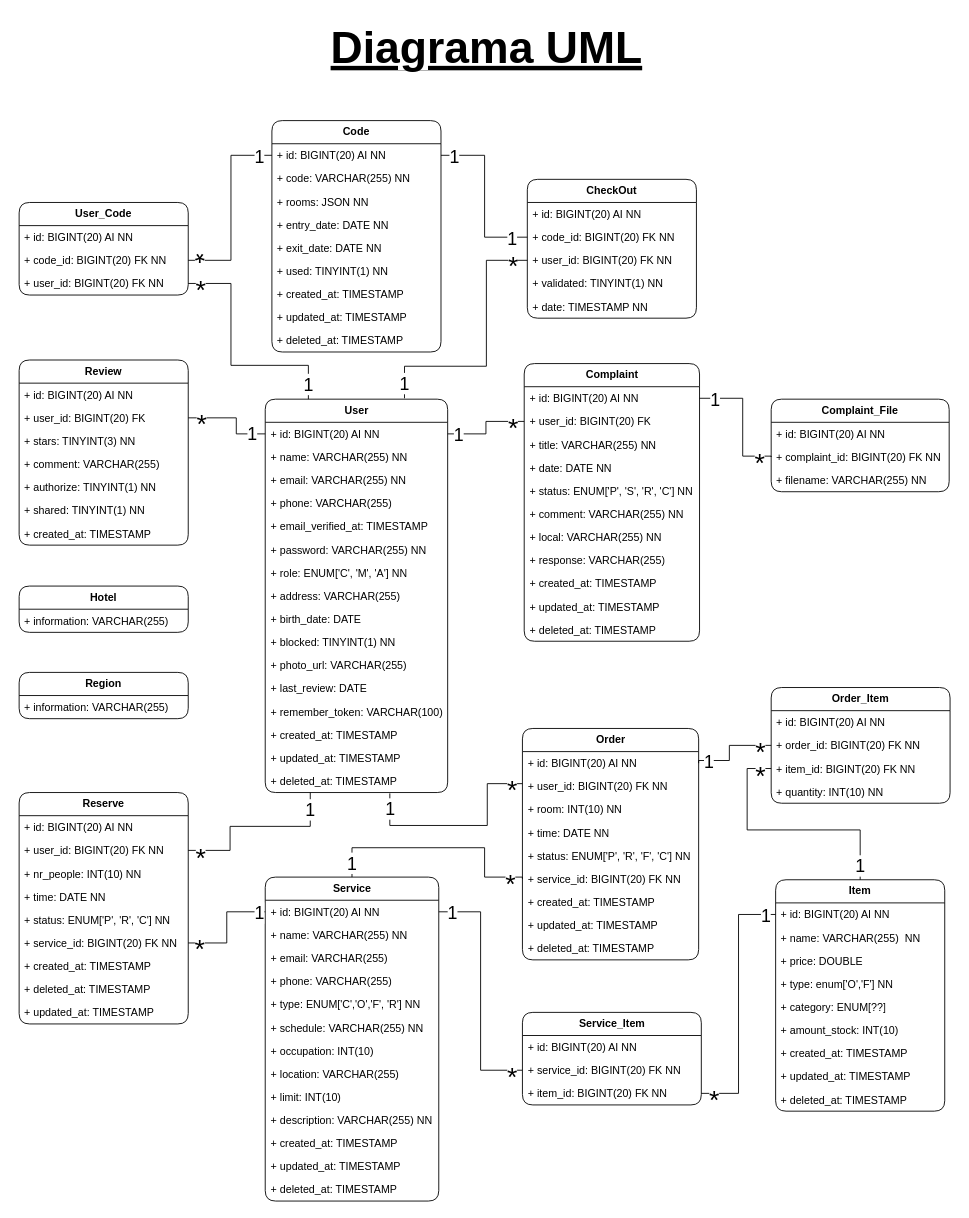
This is page "Diagrama UML" (1 of 2) of HappyGuest.drawio from Happy-Guest/HG-Notes, a draw.io file, before an edit. Source tidied: cells renumbered, new cells numbered last; positions are measured from the earlier drawing's top-left corner, leaving out a move shared by most shapes. Both pictures are drawn from the tidied source at 89%, with x=0, y=0 at pixel (19, 15).
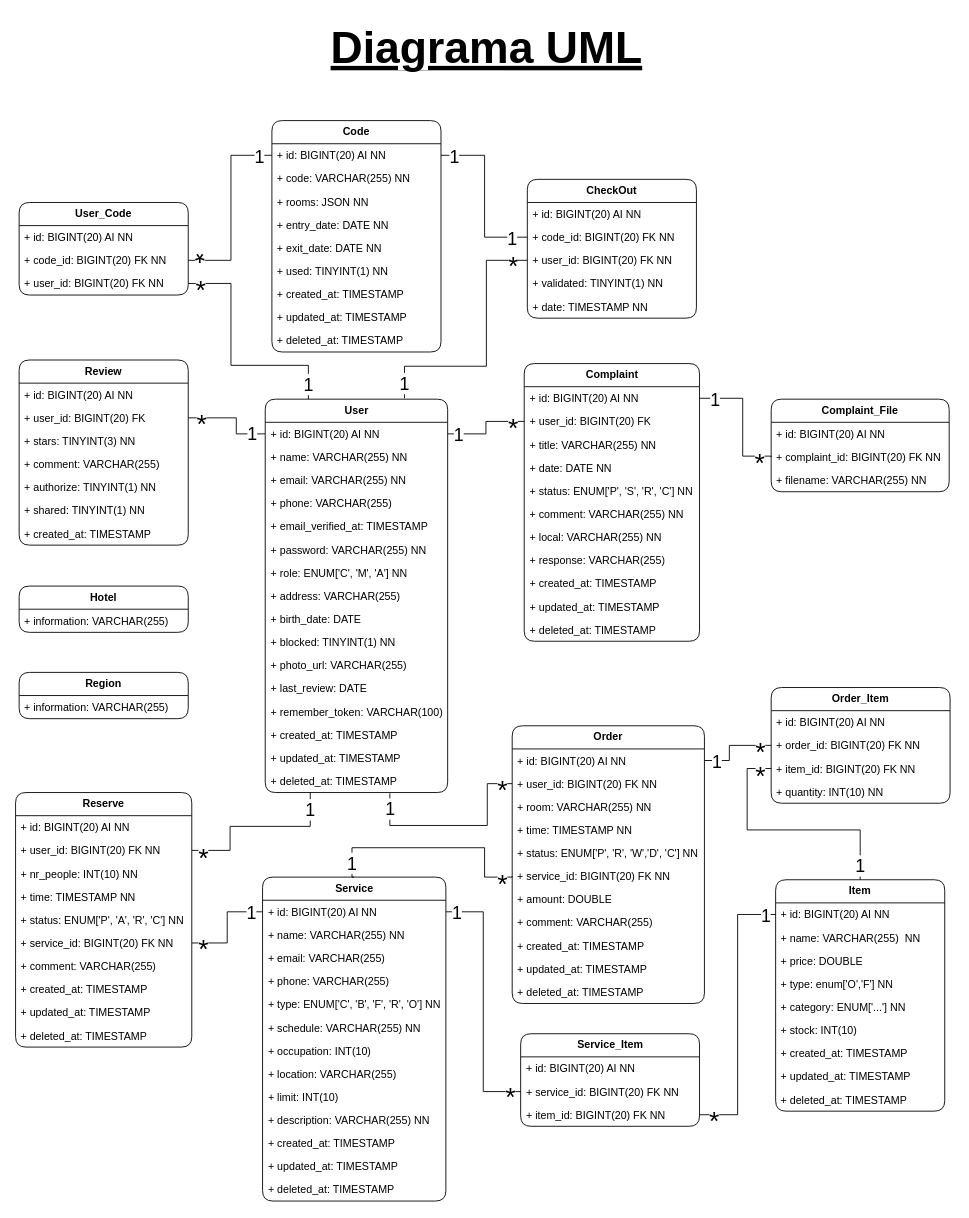
Above is the later version.

The change refers to these unchanged cells:
```xml
<mxCell id="72" value="&lt;b&gt;Item&lt;/b&gt;" style="swimlane;fontStyle=0;horizontal=1;startSize=26;fillColor=none;whiteSpace=wrap;html=1;perimeterSpacing=0;rounded=1;" parent="1" vertex="1">
  <mxGeometry x="850" y="971" width="190" height="260" as="geometry" />
</mxCell>
```

The edit, as a diff of the source:
```diff
@@
     <mxCell id="62" value="&lt;b&gt;Reserve&lt;br&gt;&lt;/b&gt;" style="swimlane;fontStyle=0;horizontal=1;startSize=26;fillColor=none;whiteSpace=wrap;html=1;perimeterSpacing=0;rounded=1;" parent="1" vertex="1">
-      <mxGeometry y="873" width="190" height="260" as="geometry" />
+      <mxGeometry x="-4" y="873" width="198" height="286" as="geometry" />
     </mxCell>
     <mxCell id="63" value="+ id: BIGINT(20) AI NN" style="text;strokeColor=none;fillColor=none;align=left;verticalAlign=top;spacingLeft=4;spacingRight=4;overflow=hidden;whiteSpace=wrap;html=1;" parent="62" vertex="1">
-      <mxGeometry y="26" width="190" height="26" as="geometry" />
+      <mxGeometry y="26" width="198" height="26" as="geometry" />
     </mxCell>
     <mxCell id="64" value="+ user_id: BIGINT(20) FK NN" style="text;strokeColor=none;fillColor=none;align=left;verticalAlign=top;spacingLeft=4;spacingRight=4;overflow=hidden;points=[[0,0.5],[1,0.5]];portConstraint=eastwest;whiteSpace=wrap;html=1;" parent="62" vertex="1">
-      <mxGeometry y="52" width="190" height="26" as="geometry" />
+      <mxGeometry y="52" width="198" height="26" as="geometry" />
     </mxCell>
     <mxCell id="65" value="+ nr_people: INT(10) NN" style="text;strokeColor=none;fillColor=none;align=left;verticalAlign=top;spacingLeft=4;spacingRight=4;overflow=hidden;whiteSpace=wrap;html=1;" parent="62" vertex="1">
-      <mxGeometry y="78" width="190" height="26" as="geometry" />
+      <mxGeometry y="78" width="198" height="26" as="geometry" />
     </mxCell>
-    <mxCell id="66" value="+ time: DATE NN" style="text;strokeColor=none;fillColor=none;align=left;verticalAlign=top;spacingLeft=4;spacingRight=4;overflow=hidden;whiteSpace=wrap;html=1;" parent="62" vertex="1">
-      <mxGeometry y="104" width="190" height="26" as="geometry" />
+    <mxCell id="66" value="+ time: TIMESTAMP NN" style="text;strokeColor=none;fillColor=none;align=left;verticalAlign=top;spacingLeft=4;spacingRight=4;overflow=hidden;whiteSpace=wrap;html=1;" parent="62" vertex="1">
+      <mxGeometry y="104" width="198" height="26" as="geometry" />
     </mxCell>
-    <mxCell id="67" value="+ status: ENUM['P', 'R', 'C'] NN" style="text;strokeColor=none;fillColor=none;align=left;verticalAlign=top;spacingLeft=4;spacingRight=4;overflow=hidden;whiteSpace=wrap;html=1;" parent="62" vertex="1">
-      <mxGeometry y="130" width="190" height="26" as="geometry" />
+    <mxCell id="67" value="+ status: ENUM['P', 'A', 'R', 'C'] NN" style="text;strokeColor=none;fillColor=none;align=left;verticalAlign=top;spacingLeft=4;spacingRight=4;overflow=hidden;whiteSpace=wrap;html=1;" parent="62" vertex="1">
+      <mxGeometry y="130" width="198" height="26" as="geometry" />
     </mxCell>
     <mxCell id="68" value="+ service_id: BIGINT(20) FK NN" style="text;strokeColor=none;fillColor=none;align=left;verticalAlign=top;spacingLeft=4;spacingRight=4;overflow=hidden;points=[[0,0.5],[1,0.5]];portConstraint=eastwest;whiteSpace=wrap;html=1;" parent="62" vertex="1">
-      <mxGeometry y="156" width="190" height="26" as="geometry" />
+      <mxGeometry y="156" width="198" height="26" as="geometry" />
     </mxCell>
+    <mxCell id="166" value="+ comment: VARCHAR(255)&amp;nbsp;" style="text;strokeColor=none;fillColor=none;align=left;verticalAlign=top;spacingLeft=4;spacingRight=4;overflow=hidden;whiteSpace=wrap;html=1;" parent="62" vertex="1">
+      <mxGeometry y="182" width="198" height="26" as="geometry" />
+    </mxCell>
     <mxCell id="69" value="+ created_at: TIMESTAMP" style="text;strokeColor=none;fillColor=none;align=left;verticalAlign=top;spacingLeft=4;spacingRight=4;overflow=hidden;whiteSpace=wrap;html=1;" parent="62" vertex="1">
-      <mxGeometry y="182" width="190" height="26" as="geometry" />
+      <mxGeometry y="208" width="198" height="26" as="geometry" />
     </mxCell>
+    <mxCell id="71" value="+ updated_at: TIMESTAMP" style="text;strokeColor=none;fillColor=none;align=left;verticalAlign=top;spacingLeft=4;spacingRight=4;overflow=hidden;whiteSpace=wrap;html=1;" parent="62" vertex="1">
+      <mxGeometry y="234" width="198" height="26" as="geometry" />
+    </mxCell>
     <mxCell id="70" value="+ deleted_at: TIMESTAMP" style="text;strokeColor=none;fillColor=none;align=left;verticalAlign=top;spacingLeft=4;spacingRight=4;overflow=hidden;whiteSpace=wrap;html=1;" parent="62" vertex="1">
-      <mxGeometry y="208" width="190" height="26" as="geometry" />
+      <mxGeometry y="260" width="198" height="26" as="geometry" />
     </mxCell>
-    <mxCell id="71" value="+ updated_at: TIMESTAMP" style="text;strokeColor=none;fillColor=none;align=left;verticalAlign=top;spacingLeft=4;spacingRight=4;overflow=hidden;whiteSpace=wrap;html=1;" parent="62" vertex="1">
-      <mxGeometry y="234" width="190" height="26" as="geometry" />
-    </mxCell>
@@
-    <mxCell id="77" value="+ category: ENUM[??]" style="text;strokeColor=none;fillColor=none;align=left;verticalAlign=top;spacingLeft=4;spacingRight=4;overflow=hidden;whiteSpace=wrap;html=1;" parent="72" vertex="1">
+    <mxCell id="77" value="+ category: ENUM['...'] NN" style="text;strokeColor=none;fillColor=none;align=left;verticalAlign=top;spacingLeft=4;spacingRight=4;overflow=hidden;whiteSpace=wrap;html=1;" parent="72" vertex="1">
       <mxGeometry y="130" width="190" height="26" as="geometry" />
     </mxCell>
-    <mxCell id="78" value="+ amount_stock: INT(10)" style="text;strokeColor=none;fillColor=none;align=left;verticalAlign=top;spacingLeft=4;spacingRight=4;overflow=hidden;whiteSpace=wrap;html=1;" parent="72" vertex="1">
+    <mxCell id="78" value="+ stock: INT(10)" style="text;strokeColor=none;fillColor=none;align=left;verticalAlign=top;spacingLeft=4;spacingRight=4;overflow=hidden;whiteSpace=wrap;html=1;" parent="72" vertex="1">
       <mxGeometry y="156" width="190" height="26" as="geometry" />
     </mxCell>
@@
     <mxCell id="104" value="&lt;b&gt;Service&lt;br&gt;&lt;/b&gt;" style="swimlane;fontStyle=0;horizontal=1;startSize=26;fillColor=none;whiteSpace=wrap;html=1;perimeterSpacing=0;rounded=1;" parent="1" vertex="1">
-      <mxGeometry x="276.5" y="968" width="195" height="364" as="geometry" />
+      <mxGeometry x="273.5" y="968" width="206" height="364" as="geometry" />
     </mxCell>
     <mxCell id="105" value="+ id: BIGINT(20) AI NN" style="text;strokeColor=none;fillColor=none;align=left;verticalAlign=top;spacingLeft=4;spacingRight=4;overflow=hidden;points=[[0,0.5],[1,0.5]];portConstraint=eastwest;whiteSpace=wrap;html=1;" parent="104" vertex="1">
-      <mxGeometry y="26" width="195" height="26" as="geometry" />
+      <mxGeometry y="26" width="206" height="26" as="geometry" />
     </mxCell>
     <mxCell id="106" value="+ name: VARCHAR(255) NN" style="text;strokeColor=none;fillColor=none;align=left;verticalAlign=top;spacingLeft=4;spacingRight=4;overflow=hidden;whiteSpace=wrap;html=1;" parent="104" vertex="1">
-      <mxGeometry y="52" width="195" height="26" as="geometry" />
+      <mxGeometry y="52" width="206" height="26" as="geometry" />
     </mxCell>
     <mxCell id="107" value="+ email: VARCHAR(255)" style="text;strokeColor=none;fillColor=none;align=left;verticalAlign=top;spacingLeft=4;spacingRight=4;overflow=hidden;whiteSpace=wrap;html=1;" parent="104" vertex="1">
-      <mxGeometry y="78" width="195" height="26" as="geometry" />
+      <mxGeometry y="78" width="206" height="26" as="geometry" />
     </mxCell>
     <mxCell id="108" value="+ phone: VARCHAR(255)" style="text;strokeColor=none;fillColor=none;align=left;verticalAlign=top;spacingLeft=4;spacingRight=4;overflow=hidden;whiteSpace=wrap;html=1;" parent="104" vertex="1">
-      <mxGeometry y="104" width="195" height="26" as="geometry" />
+      <mxGeometry y="104" width="206" height="26" as="geometry" />
     </mxCell>
-    <mxCell id="109" value="+ type: ENUM['C','O','F', 'R'] NN" style="text;strokeColor=none;fillColor=none;align=left;verticalAlign=top;spacingLeft=4;spacingRight=4;overflow=hidden;whiteSpace=wrap;html=1;" parent="104" vertex="1">
-      <mxGeometry y="130" width="195" height="26" as="geometry" />
+    <mxCell id="109" value="+ type: ENUM['C', 'B', 'F', 'R', 'O'] NN" style="text;strokeColor=none;fillColor=none;align=left;verticalAlign=top;spacingLeft=4;spacingRight=4;overflow=hidden;whiteSpace=wrap;html=1;" parent="104" vertex="1">
+      <mxGeometry y="130" width="206" height="26" as="geometry" />
     </mxCell>
     <mxCell id="110" value="+&amp;nbsp;schedule: VARCHAR(255) NN" style="text;strokeColor=none;fillColor=none;align=left;verticalAlign=top;spacingLeft=4;spacingRight=4;overflow=hidden;whiteSpace=wrap;html=1;" parent="104" vertex="1">
-      <mxGeometry y="156" width="195" height="26" as="geometry" />
+      <mxGeometry y="156" width="206" height="26" as="geometry" />
     </mxCell>
     <mxCell id="111" value="+ occupation: INT(10)" style="text;strokeColor=none;fillColor=none;align=left;verticalAlign=top;spacingLeft=4;spacingRight=4;overflow=hidden;whiteSpace=wrap;html=1;" parent="104" vertex="1">
-      <mxGeometry y="182" width="195" height="26" as="geometry" />
+      <mxGeometry y="182" width="206" height="26" as="geometry" />
     </mxCell>
     <mxCell id="112" value="+ location: VARCHAR(255)" style="text;strokeColor=none;fillColor=none;align=left;verticalAlign=top;spacingLeft=4;spacingRight=4;overflow=hidden;whiteSpace=wrap;html=1;" parent="104" vertex="1">
-      <mxGeometry y="208" width="195" height="26" as="geometry" />
+      <mxGeometry y="208" width="206" height="26" as="geometry" />
     </mxCell>
     <mxCell id="113" value="+&amp;nbsp;limit: INT(10)" style="text;strokeColor=none;fillColor=none;align=left;verticalAlign=top;spacingLeft=4;spacingRight=4;overflow=hidden;whiteSpace=wrap;html=1;" parent="104" vertex="1">
-      <mxGeometry y="234" width="195" height="26" as="geometry" />
+      <mxGeometry y="234" width="206" height="26" as="geometry" />
     </mxCell>
     <mxCell id="114" value="+ description: VARCHAR(255) NN" style="text;strokeColor=none;fillColor=none;align=left;verticalAlign=top;spacingLeft=4;spacingRight=4;overflow=hidden;whiteSpace=wrap;html=1;" parent="104" vertex="1">
-      <mxGeometry y="260" width="195" height="26" as="geometry" />
+      <mxGeometry y="260" width="206" height="26" as="geometry" />
     </mxCell>
     <mxCell id="115" value="+ created_at: TIMESTAMP" style="text;strokeColor=none;fillColor=none;align=left;verticalAlign=top;spacingLeft=4;spacingRight=4;overflow=hidden;whiteSpace=wrap;html=1;" parent="104" vertex="1">
-      <mxGeometry y="286" width="195" height="26" as="geometry" />
+      <mxGeometry y="286" width="206" height="26" as="geometry" />
     </mxCell>
     <mxCell id="116" value="+ updated_at: TIMESTAMP" style="text;strokeColor=none;fillColor=none;align=left;verticalAlign=top;spacingLeft=4;spacingRight=4;overflow=hidden;whiteSpace=wrap;html=1;" parent="104" vertex="1">
-      <mxGeometry y="312" width="195" height="26" as="geometry" />
+      <mxGeometry y="312" width="206" height="26" as="geometry" />
     </mxCell>
     <mxCell id="117" value="+ deleted_at: TIMESTAMP" style="text;strokeColor=none;fillColor=none;align=left;verticalAlign=top;spacingLeft=4;spacingRight=4;overflow=hidden;whiteSpace=wrap;html=1;" parent="104" vertex="1">
-      <mxGeometry y="338" width="195" height="26" as="geometry" />
+      <mxGeometry y="338" width="206" height="26" as="geometry" />
     </mxCell>
     <mxCell id="118" value="&lt;b&gt;Service_Item&lt;/b&gt;" style="swimlane;fontStyle=0;horizontal=1;startSize=26;fillColor=none;whiteSpace=wrap;html=1;perimeterSpacing=0;rounded=1;" parent="1" vertex="1">
-      <mxGeometry x="565.5" y="1120" width="201" height="104" as="geometry" />
+      <mxGeometry x="563.5" y="1144" width="201" height="104" as="geometry" />
     </mxCell>
@@
     <mxCell id="122" value="&lt;b&gt;Order&lt;br&gt;&lt;/b&gt;" style="swimlane;fontStyle=0;horizontal=1;startSize=26;fillColor=none;whiteSpace=wrap;html=1;perimeterSpacing=0;rounded=1;" parent="1" vertex="1">
-      <mxGeometry x="565.5" y="801" width="198" height="260" as="geometry" />
+      <mxGeometry x="554" y="798" width="216" height="312" as="geometry" />
     </mxCell>
     <mxCell id="123" value="+ id: BIGINT(20) AI NN" style="text;strokeColor=none;fillColor=none;align=left;verticalAlign=top;spacingLeft=4;spacingRight=4;overflow=hidden;points=[[0,0.5],[1,0.5]];portConstraint=eastwest;whiteSpace=wrap;html=1;" parent="122" vertex="1">
-      <mxGeometry y="26" width="198" height="26" as="geometry" />
+      <mxGeometry y="26" width="216" height="26" as="geometry" />
     </mxCell>
     <mxCell id="124" value="+ user_id: BIGINT(20) FK NN" style="text;strokeColor=none;fillColor=none;align=left;verticalAlign=top;spacingLeft=4;spacingRight=4;overflow=hidden;points=[[0,0.5],[1,0.5]];portConstraint=eastwest;whiteSpace=wrap;html=1;" parent="122" vertex="1">
-      <mxGeometry y="52" width="198" height="26" as="geometry" />
+      <mxGeometry y="52" width="216" height="26" as="geometry" />
     </mxCell>
-    <mxCell id="125" value="+ room: INT(10) NN" style="text;strokeColor=none;fillColor=none;align=left;verticalAlign=top;spacingLeft=4;spacingRight=4;overflow=hidden;whiteSpace=wrap;html=1;" parent="122" vertex="1">
-      <mxGeometry y="78" width="198" height="26" as="geometry" />
+    <mxCell id="125" value="+ room: VARCHAR(255) NN" style="text;strokeColor=none;fillColor=none;align=left;verticalAlign=top;spacingLeft=4;spacingRight=4;overflow=hidden;whiteSpace=wrap;html=1;" parent="122" vertex="1">
+      <mxGeometry y="78" width="216" height="26" as="geometry" />
     </mxCell>
-    <mxCell id="126" value="+ time: DATE NN" style="text;strokeColor=none;fillColor=none;align=left;verticalAlign=top;spacingLeft=4;spacingRight=4;overflow=hidden;whiteSpace=wrap;html=1;" parent="122" vertex="1">
-      <mxGeometry y="104" width="198" height="26" as="geometry" />
+    <mxCell id="126" value="+ time: TIMESTAMP NN" style="text;strokeColor=none;fillColor=none;align=left;verticalAlign=top;spacingLeft=4;spacingRight=4;overflow=hidden;whiteSpace=wrap;html=1;" parent="122" vertex="1">
+      <mxGeometry y="104" width="216" height="26" as="geometry" />
     </mxCell>
-    <mxCell id="127" value="+ status: ENUM['P', 'R', 'F', 'C'] NN" style="text;strokeColor=none;fillColor=none;align=left;verticalAlign=top;spacingLeft=4;spacingRight=4;overflow=hidden;whiteSpace=wrap;html=1;" parent="122" vertex="1">
-      <mxGeometry y="130" width="198" height="26" as="geometry" />
+    <mxCell id="127" value="+ status: ENUM['P', 'R', 'W','D', 'C'] NN" style="text;strokeColor=none;fillColor=none;align=left;verticalAlign=top;spacingLeft=4;spacingRight=4;overflow=hidden;whiteSpace=wrap;html=1;" parent="122" vertex="1">
+      <mxGeometry y="130" width="216" height="26" as="geometry" />
     </mxCell>
     <mxCell id="128" value="+ service_id: BIGINT(20) FK NN" style="text;strokeColor=none;fillColor=none;align=left;verticalAlign=top;spacingLeft=4;spacingRight=4;overflow=hidden;points=[[0,0.5],[1,0.5]];portConstraint=eastwest;whiteSpace=wrap;html=1;" parent="122" vertex="1">
-      <mxGeometry y="156" width="198" height="26" as="geometry" />
+      <mxGeometry y="156" width="216" height="26" as="geometry" />
     </mxCell>
+    <mxCell id="167" value="+ amount: DOUBLE" style="text;strokeColor=none;fillColor=none;align=left;verticalAlign=top;spacingLeft=4;spacingRight=4;overflow=hidden;whiteSpace=wrap;html=1;" parent="122" vertex="1">
+      <mxGeometry y="182" width="216" height="26" as="geometry" />
+    </mxCell>
+    <mxCell id="168" value="+ comment: VARCHAR(255)&amp;nbsp;" style="text;strokeColor=none;fillColor=none;align=left;verticalAlign=top;spacingLeft=4;spacingRight=4;overflow=hidden;whiteSpace=wrap;html=1;" parent="122" vertex="1">
+      <mxGeometry y="208" width="216" height="26" as="geometry" />
+    </mxCell>
     <mxCell id="129" value="+ created_at: TIMESTAMP" style="text;strokeColor=none;fillColor=none;align=left;verticalAlign=top;spacingLeft=4;spacingRight=4;overflow=hidden;whiteSpace=wrap;html=1;" parent="122" vertex="1">
-      <mxGeometry y="182" width="198" height="26" as="geometry" />
+      <mxGeometry y="234" width="216" height="26" as="geometry" />
     </mxCell>
     <mxCell id="130" value="+ updated_at: TIMESTAMP" style="text;strokeColor=none;fillColor=none;align=left;verticalAlign=top;spacingLeft=4;spacingRight=4;overflow=hidden;whiteSpace=wrap;html=1;" parent="122" vertex="1">
-      <mxGeometry y="208" width="198" height="26" as="geometry" />
+      <mxGeometry y="260" width="216" height="26" as="geometry" />
     </mxCell>
     <mxCell id="131" value="+ deleted_at: TIMESTAMP" style="text;strokeColor=none;fillColor=none;align=left;verticalAlign=top;spacingLeft=4;spacingRight=4;overflow=hidden;whiteSpace=wrap;html=1;" parent="122" vertex="1">
-      <mxGeometry y="234" width="198" height="26" as="geometry" />
+      <mxGeometry y="286" width="216" height="26" as="geometry" />
     </mxCell>
@@
     <mxCell id="144" style="edgeStyle=orthogonalEdgeStyle;rounded=0;jettySize=auto;html=1;entryX=0.5;entryY=0;entryDx=0;entryDy=0;endArrow=none;endFill=0;exitX=0;exitY=0.5;exitDx=0;exitDy=0;" parent="1" edge="1" source="128" target="104">
       <mxGeometry relative="1" as="geometry">
         <Array as="points">
-          <mxPoint x="565" y="968" />
+          <mxPoint x="554" y="968" />
           <mxPoint x="523" y="968" />
           <mxPoint x="523" y="935" />
           <mxPoint x="374" y="935" />
         </Array>
       </mxGeometry>
     </mxCell>
@@
     <mxCell id="150" value="&lt;font style=&quot;font-size: 30px;&quot;&gt;*&lt;/font&gt;" style="edgeLabel;html=1;align=center;verticalAlign=middle;" parent="1" vertex="1">
-      <mxGeometry x="282" y="741" as="geometry">
+      <mxGeometry x="285" y="741" as="geometry">
         <mxPoint x="-79" y="204" as="offset" />
       </mxGeometry>
     </mxCell>
@@
     <mxCell id="153" value="&lt;font style=&quot;font-size: 30px;&quot;&gt;*&lt;/font&gt;" style="edgeLabel;html=1;align=center;verticalAlign=middle;" parent="1" vertex="1">
-      <mxGeometry x="632" y="665" as="geometry">
+      <mxGeometry x="621" y="665" as="geometry">
         <mxPoint x="-79" y="204" as="offset" />
       </mxGeometry>
     </mxCell>
     <mxCell id="154" value="&lt;font style=&quot;font-size: 20px;&quot;&gt;1&lt;/font&gt;" style="edgeLabel;html=1;align=center;verticalAlign=middle;" parent="1" vertex="1">
-      <mxGeometry x="375" y="948" as="geometry">
+      <mxGeometry x="366" y="948" as="geometry">
         <mxPoint x="-106" y="59" as="offset" />
       </mxGeometry>
     </mxCell>
     <mxCell id="155" value="&lt;font style=&quot;font-size: 30px;&quot;&gt;*&lt;/font&gt;" style="edgeLabel;html=1;align=center;verticalAlign=middle;" parent="1" vertex="1">
-      <mxGeometry x="281" y="843" as="geometry">
+      <mxGeometry x="285" y="843" as="geometry">
         <mxPoint x="-79" y="204" as="offset" />
       </mxGeometry>
     </mxCell>
@@
     <mxCell id="157" value="&lt;font style=&quot;font-size: 30px;&quot;&gt;*&lt;/font&gt;" style="edgeLabel;html=1;align=center;verticalAlign=middle;" parent="1" vertex="1">
-      <mxGeometry x="630" y="770" as="geometry">
+      <mxGeometry x="621" y="770" as="geometry">
         <mxPoint x="-79" y="204" as="offset" />
       </mxGeometry>
     </mxCell>
     <mxCell id="158" value="&lt;font style=&quot;font-size: 30px;&quot;&gt;*&lt;/font&gt;" style="edgeLabel;html=1;align=center;verticalAlign=middle;" parent="1" vertex="1">
-      <mxGeometry x="632" y="987" as="geometry">
+      <mxGeometry x="630" y="1010" as="geometry">
         <mxPoint x="-79" y="204" as="offset" />
       </mxGeometry>
     </mxCell>
     <mxCell id="159" value="&lt;font style=&quot;font-size: 30px;&quot;&gt;*&lt;/font&gt;" style="edgeLabel;html=1;align=center;verticalAlign=middle;" parent="1" vertex="1">
-      <mxGeometry x="859" y="1013" as="geometry">
+      <mxGeometry x="859" y="1037" as="geometry">
         <mxPoint x="-79" y="204" as="offset" />
       </mxGeometry>
     </mxCell>
@@
     <mxCell id="162" value="&lt;font style=&quot;font-size: 20px;&quot;&gt;1&lt;/font&gt;" style="edgeLabel;html=1;align=center;verticalAlign=middle;" parent="1" vertex="1">
-      <mxGeometry x="592" y="948" as="geometry">
+      <mxGeometry x="597" y="948" as="geometry">
         <mxPoint x="-106" y="59" as="offset" />
       </mxGeometry>
     </mxCell>
@@
     <mxCell id="164" value="&lt;font style=&quot;font-size: 20px;&quot;&gt;1&lt;/font&gt;" style="edgeLabel;html=1;align=center;verticalAlign=middle;" parent="1" vertex="1">
-      <mxGeometry x="880" y="778" as="geometry">
+      <mxGeometry x="889" y="778" as="geometry">
         <mxPoint x="-106" y="59" as="offset" />
       </mxGeometry>
     </mxCell>
```
